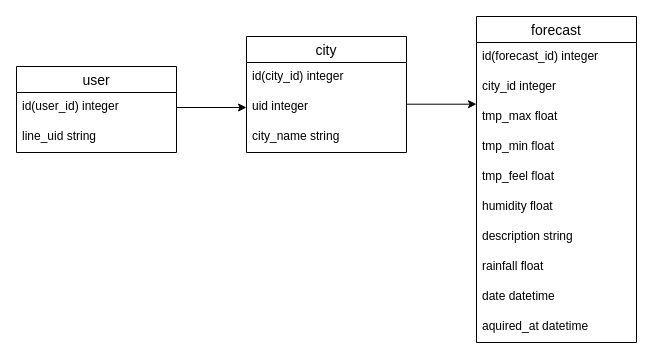
Before: db/er/er.drawio in HijiriSato88/weatherLine, a draw.io diagram. Source tidied: cells renumbered, new cells numbered last; positions are measured from the earlier drawing's top-left corner, leaving out a move shared by most shapes. Both pictures are drawn from the tidied source at 100%, with x=0, y=0 at pixel (16, 16).
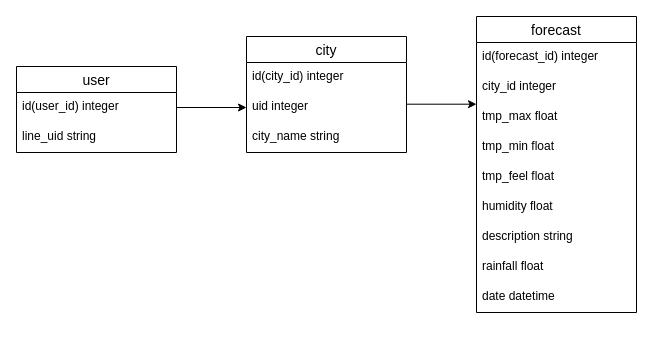
After the change.

The edit, as a diff of the source:
```diff
@@
     <mxCell id="6" value="forecast" style="swimlane;fontStyle=0;horizontal=1;startSize=26;align=center;fontSize=14;" parent="1" vertex="1">
-      <mxGeometry x="460" width="160" height="326" as="geometry" />
+      <mxGeometry x="460" width="160" height="296" as="geometry" />
     </mxCell>
@@
-    <mxCell id="16" value="aquired_at datetime" style="text;strokeColor=none;fillColor=none;spacingLeft=4;spacingRight=4;overflow=hidden;fontSize=12;" parent="6" vertex="1">
-      <mxGeometry y="296" width="160" height="30" as="geometry" />
-    </mxCell>
```
